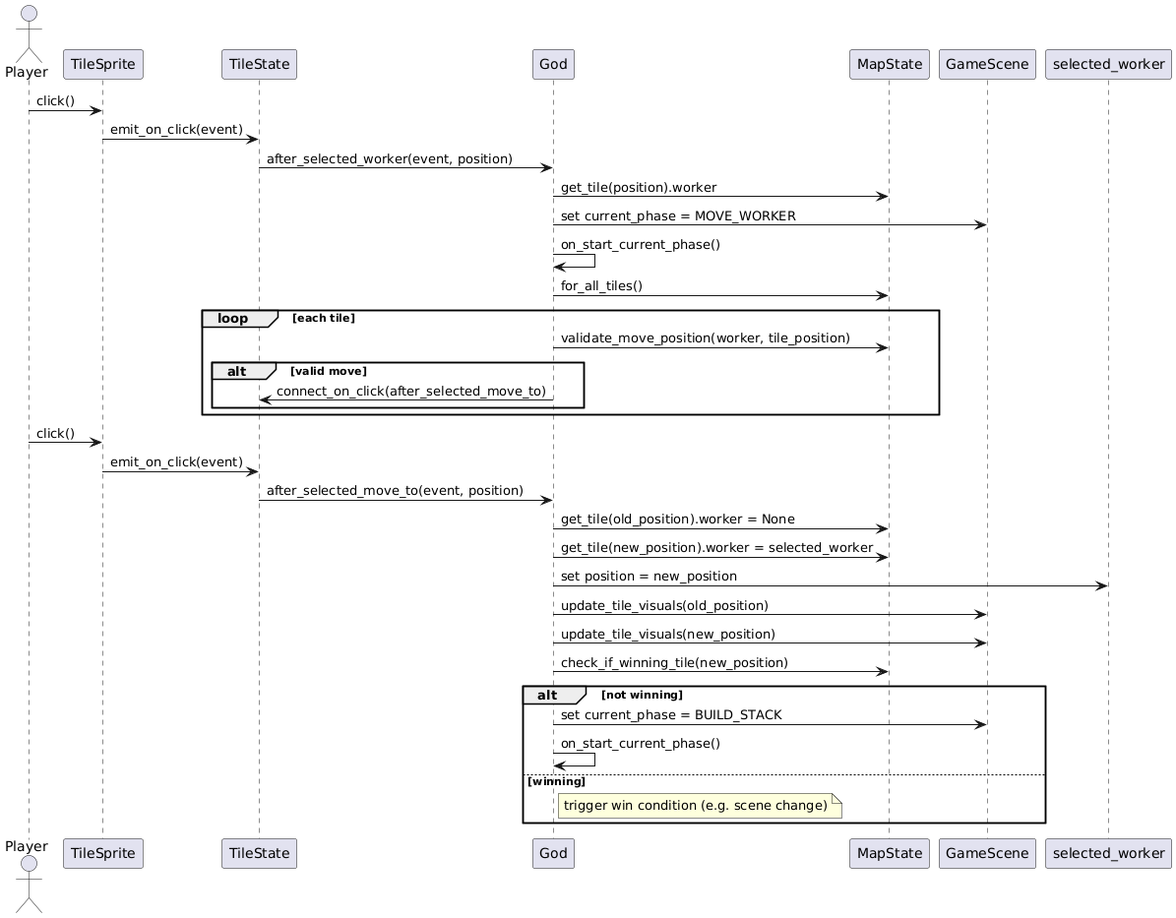
Earlier version of the PlantUML export sprint2/UML Diagrams/SequenceDiagramFeature2.png (nhas0021/santorini). The source it was exported from:
```plantuml
@startuml
actor Player
participant TileSprite
participant TileState
participant God
participant MapState
participant GameScene

Player -> TileSprite : click()
TileSprite -> TileState : emit_on_click(event)
TileState -> God : after_selected_worker(event, position)

God -> MapState : get_tile(position).worker
God -> GameScene : set current_phase = MOVE_WORKER
God -> God : on_start_current_phase()

God -> MapState : for_all_tiles()
loop each tile
    God -> MapState : validate_move_position(worker, tile_position)
    alt valid move
        God -> TileState : connect_on_click(after_selected_move_to)
    end
end

Player -> TileSprite : click()
TileSprite -> TileState : emit_on_click(event)
TileState -> God : after_selected_move_to(event, position)

God -> MapState : get_tile(old_position).worker = None
God -> MapState : get_tile(new_position).worker = selected_worker
God -> selected_worker : set position = new_position

God -> GameScene : update_tile_visuals(old_position)
God -> GameScene : update_tile_visuals(new_position)

God -> MapState : check_if_winning_tile(new_position)
alt not winning
    God -> GameScene : set current_phase = BUILD_STACK
    God -> God : on_start_current_phase()
else winning
    note right of God : trigger win condition (e.g. scene change)
end
@enduml
```
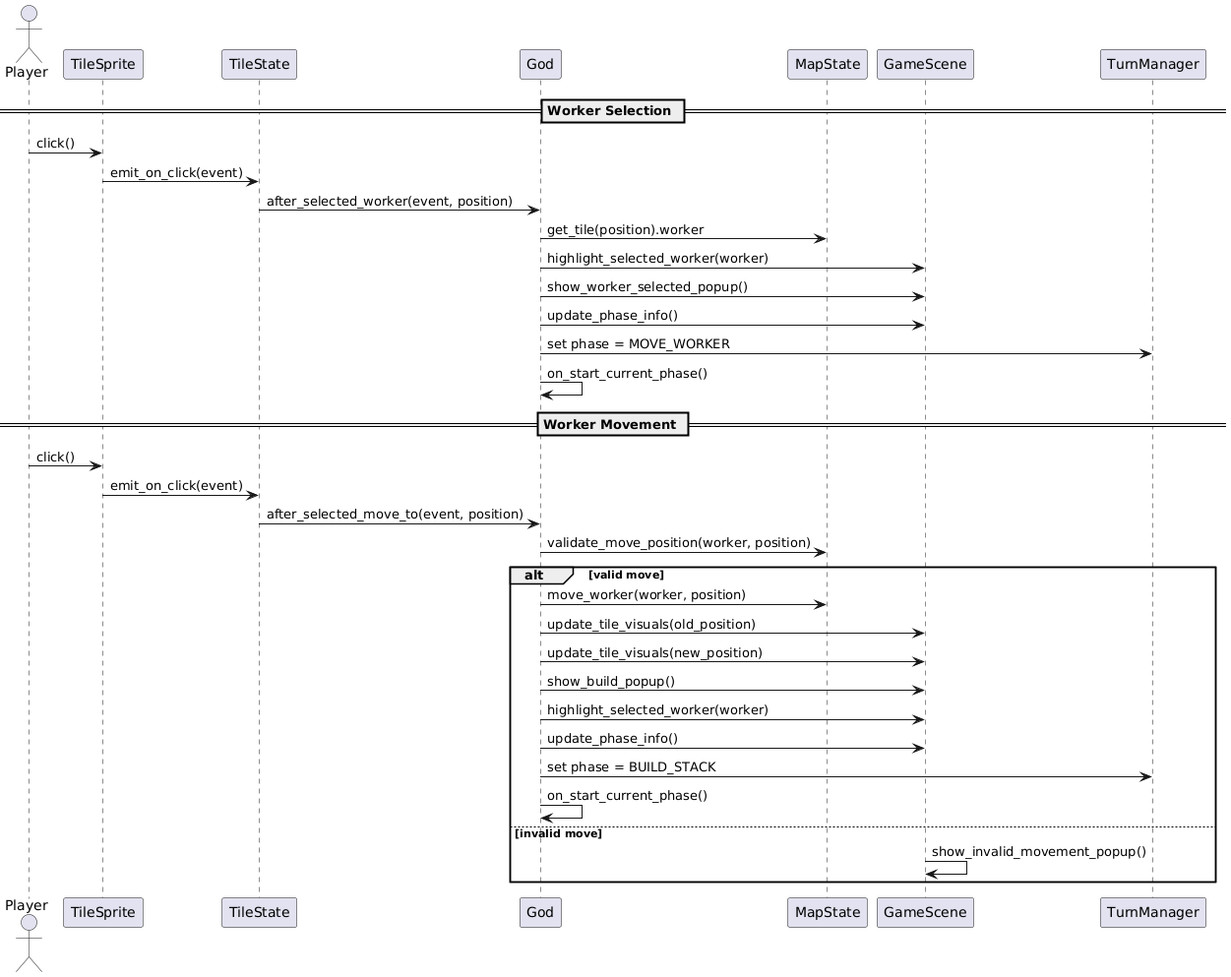
Above is the later version.

Commit message:
Update Sequence Diagram for Feature 2

Change to the diagram source:
```diff
@@ -5,39 +5,37 @@
 participant God
 participant MapState
 participant GameScene
+participant TurnManager
+
+== Worker Selection ==
 
 Player -> TileSprite : click()
 TileSprite -> TileState : emit_on_click(event)
 TileState -> God : after_selected_worker(event, position)
-
 God -> MapState : get_tile(position).worker
-God -> GameScene : set current_phase = MOVE_WORKER
+God -> GameScene : highlight_selected_worker(worker)
+God -> GameScene : show_worker_selected_popup()
+God -> GameScene : update_phase_info()
+God -> TurnManager : set phase = MOVE_WORKER
 God -> God : on_start_current_phase()
 
-God -> MapState : for_all_tiles()
-loop each tile
-    God -> MapState : validate_move_position(worker, tile_position)
-    alt valid move
-        God -> TileState : connect_on_click(after_selected_move_to)
-    end
-end
+== Worker Movement ==
 
 Player -> TileSprite : click()
 TileSprite -> TileState : emit_on_click(event)
 TileState -> God : after_selected_move_to(event, position)
 
-God -> MapState : get_tile(old_position).worker = None
-God -> MapState : get_tile(new_position).worker = selected_worker
-God -> selected_worker : set position = new_position
-
-God -> GameScene : update_tile_visuals(old_position)
-God -> GameScene : update_tile_visuals(new_position)
-
-God -> MapState : check_if_winning_tile(new_position)
-alt not winning
-    God -> GameScene : set current_phase = BUILD_STACK
+God -> MapState : validate_move_position(worker, position)
+alt valid move
+    God -> MapState : move_worker(worker, position)
+    God -> GameScene : update_tile_visuals(old_position)
+    God -> GameScene : update_tile_visuals(new_position)
+    God -> GameScene : show_build_popup()
+    God -> GameScene : highlight_selected_worker(worker)
+    God -> GameScene : update_phase_info()
+    God -> TurnManager : set phase = BUILD_STACK
     God -> God : on_start_current_phase()
-else winning
-    note right of God : trigger win condition (e.g. scene change)
+else invalid move
+    GameScene -> GameScene : show_invalid_movement_popup()
 end
 @enduml
```
